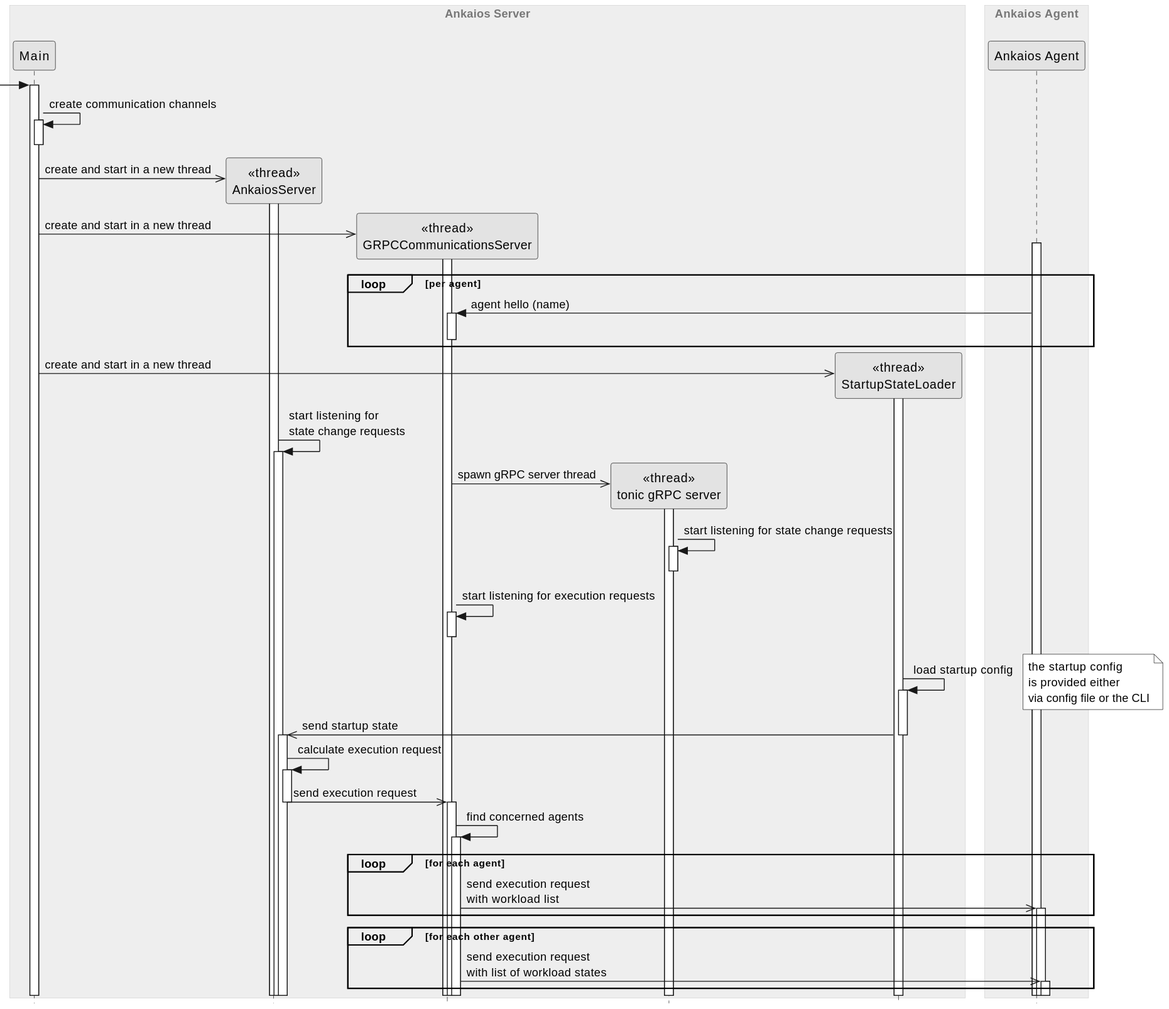
Earlier version of the PlantUML export server/doc/swdesign/plantuml/seq_startup.svg (eclipse-ankaios/ankaios).
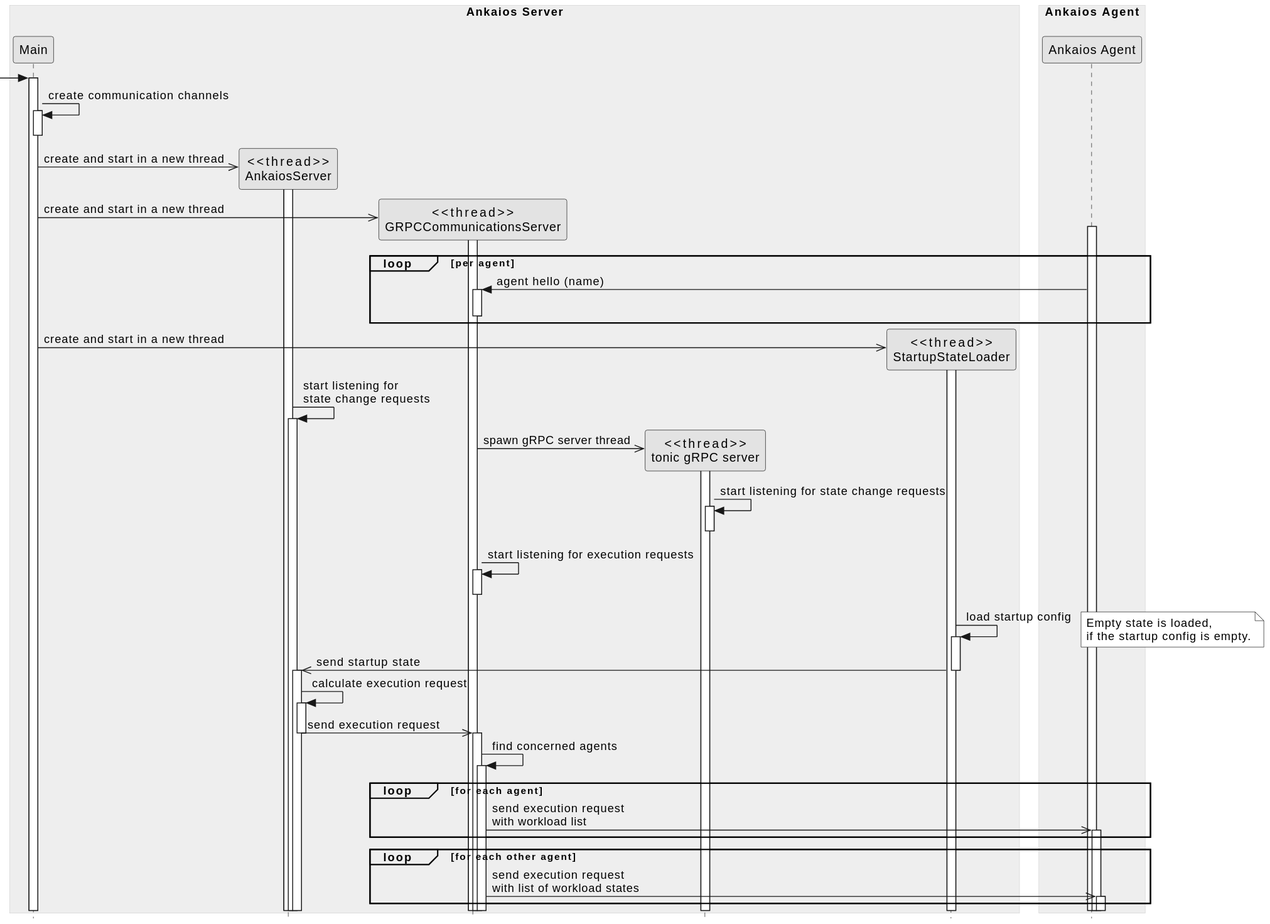
Above is the later version.

Commit message:
Fix review finding

Issue-Id: #34

The edit, as a diff of the source:
```diff
@@ -1,4 +1,4 @@
-@startuml
+@startuml seq_startup
 !include ../../../../resources/doc/plantuml/clean.skin
 
 box "Ankaios Server"
@@ -42,7 +42,7 @@
 grpc_server -> grpc_server ++--: start listening for execution requests /'evil laughter'/
 
 state_loader -> state_loader ++: load startup config
-note right: the startup config\nis provided either\nvia config file or the CLI
+note right: Empty state is loaded,\nif the startup config is empty.
 state_loader ->> server --++: send startup state
 
 server -> server ++: calculate execution request
```
